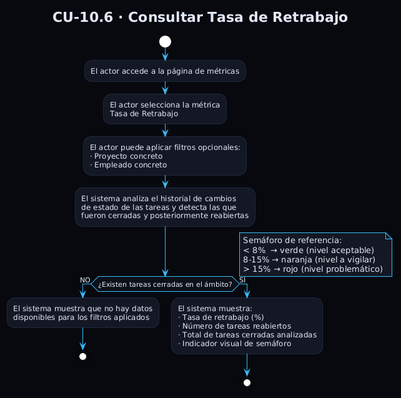
Above: Estudiantes/cesar-garcia-eguiguren/Capítulo-2/imagenes/CdU/metricas/flujoCU10.6.png in ceesargaarcia/GII-TFG-2026 (PlantUML), before the change. Its diagram source:
```plantuml
@startuml
!theme plain
skinparam backgroundColor #07090F
skinparam defaultFontColor #E2E8F5
skinparam ArrowColor #38BDF8
skinparam ActivityBorderColor #1E2840
skinparam ActivityBackgroundColor #141824
skinparam ActivityDiamondBackgroundColor #0D1018
skinparam ActivityDiamondBorderColor #38BDF8
skinparam NoteBackgroundColor #141824
skinparam NoteBorderColor #38BDF8
title CU-10.6 · Consultar Tasa de Retrabajo

start
:El actor accede a la página de métricas;
:El actor selecciona la métrica
Tasa de Retrabajo;
:El actor puede aplicar filtros opcionales:
· Proyecto concreto
· Empleado concreto;

:El sistema analiza el historial de cambios
de estado de las tareas y detecta las que
fueron cerradas y posteriormente reabiertas;

if (¿Existen tareas cerradas en el ámbito?) then (NO)
  :El sistema muestra que no hay datos
  disponibles para los filtros aplicados;
  stop
else (SÍ)
  :El sistema muestra:
  · Tasa de retrabajo (%)
  · Número de tareas reabiertos
  · Total de tareas cerradas analizadas
  · Indicador visual de semáforo;
  stop
endif

note right
  Semáforo de referencia:
  < 8%  → verde (nivel aceptable)
  8-15% → naranja (nivel a vigilar)
  > 15% → rojo (nivel problemático)
end note
@enduml
```
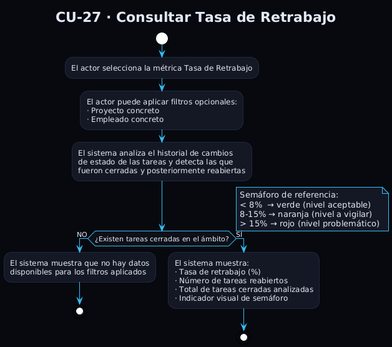
Above is the later version.

Diff of the diagram source:
```diff
@@ -9,12 +9,10 @@
 skinparam ActivityDiamondBorderColor #38BDF8
 skinparam NoteBackgroundColor #141824
 skinparam NoteBorderColor #38BDF8
-title CU-10.6 · Consultar Tasa de Retrabajo
+title CU-27 · Consultar Tasa de Retrabajo
 
 start
-:El actor accede a la página de métricas;
-:El actor selecciona la métrica
-Tasa de Retrabajo;
+:El actor selecciona la métrica Tasa de Retrabajo;
 :El actor puede aplicar filtros opcionales:
 · Proyecto concreto
 · Empleado concreto;
```
